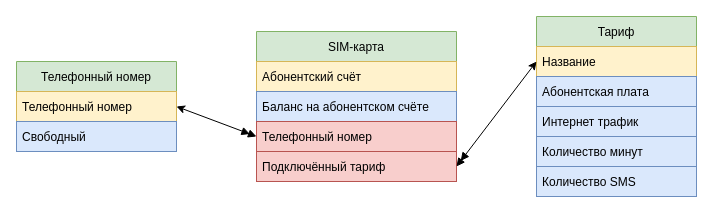
Above: coursework/graphics/drawio/sim-card-relations.drawio in markov-avl/DatabaseDevelopmentTechnology (draw.io), before the change. Source tidied: cells renumbered, new cells numbered last; positions are measured from the earlier drawing's top-left corner, leaving out a move shared by most shapes. Both pictures are drawn from the tidied source at 100%, with x=0, y=0 at pixel (16, 16).
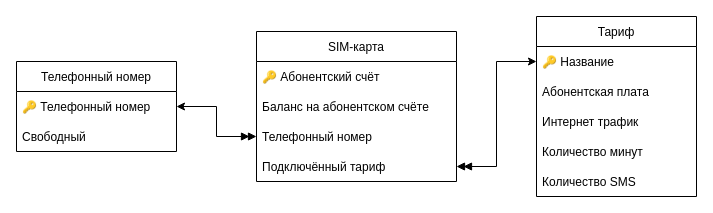
The same diagram, later.

Diff of the diagram source:
```diff
@@
 <mxGraphModel>
   <root>
     <mxCell id="0" />
     <mxCell id="1" parent="0" />
-    <mxCell id="2" value="Телефонный номер" style="swimlane;fontStyle=0;horizontal=1;startSize=30;fillColor=#d5e8d4;strokeColor=#82b366;" parent="1" vertex="1">
+    <mxCell id="2" value="Телефонный номер" style="swimlane;fontStyle=0;horizontal=1;startSize=30;" parent="1" vertex="1">
       <mxGeometry y="45" width="160" height="90" as="geometry" />
     </mxCell>
-    <mxCell id="3" value="Телефонный номер" style="text;strokeColor=#d6b656;fillColor=#fff2cc;align=left;verticalAlign=middle;spacingLeft=4;spacingRight=4;overflow=hidden;points=[[0,0.5],[1,0.5]];portConstraint=eastwest;" parent="2" vertex="1">
+    <mxCell id="3" value="🔑 Телефонный номер" style="text;align=left;verticalAlign=middle;spacingLeft=4;spacingRight=4;overflow=hidden;points=[[0,0.5],[1,0.5]];portConstraint=eastwest;" parent="2" vertex="1">
       <mxGeometry y="30" width="160" height="30" as="geometry" />
     </mxCell>
-    <mxCell id="4" value="Свободный" style="text;strokeColor=#6c8ebf;fillColor=#dae8fc;align=left;verticalAlign=middle;spacingLeft=4;spacingRight=4;overflow=hidden;" parent="2" vertex="1">
+    <mxCell id="4" value="Свободный" style="text;align=left;verticalAlign=middle;spacingLeft=4;spacingRight=4;overflow=hidden;" parent="2" vertex="1">
       <mxGeometry y="60" width="160" height="30" as="geometry" />
     </mxCell>
-    <mxCell id="5" value="SIM-карта" style="swimlane;fontStyle=0;horizontal=1;startSize=30;fillColor=#d5e8d4;strokeColor=#82b366;" parent="1" vertex="1">
+    <mxCell id="5" value="SIM-карта" style="swimlane;fontStyle=0;horizontal=1;startSize=30;" parent="1" vertex="1">
       <mxGeometry x="240" y="15" width="200" height="150" as="geometry" />
     </mxCell>
-    <mxCell id="6" value="Абонентский счёт" style="text;strokeColor=#d6b656;fillColor=#fff2cc;align=left;verticalAlign=middle;spacingLeft=4;spacingRight=4;overflow=hidden;" parent="5" vertex="1">
+    <mxCell id="6" value="🔑 Абонентский счёт" style="text;align=left;verticalAlign=middle;spacingLeft=4;spacingRight=4;overflow=hidden;" parent="5" vertex="1">
       <mxGeometry y="30" width="200" height="30" as="geometry" />
     </mxCell>
-    <mxCell id="7" value="Баланс на абонентском счёте" style="text;strokeColor=#6c8ebf;fillColor=#dae8fc;align=left;verticalAlign=middle;spacingLeft=4;spacingRight=4;overflow=hidden;" parent="5" vertex="1">
+    <mxCell id="7" value="Баланс на абонентском счёте" style="text;align=left;verticalAlign=middle;spacingLeft=4;spacingRight=4;overflow=hidden;" parent="5" vertex="1">
       <mxGeometry y="60" width="200" height="30" as="geometry" />
     </mxCell>
-    <mxCell id="8" value="Телефонный номер" style="text;strokeColor=#b85450;fillColor=#f8cecc;align=left;verticalAlign=middle;spacingLeft=4;spacingRight=4;overflow=hidden;points=[[0,0.5],[1,0.5]];portConstraint=eastwest;" parent="5" vertex="1">
+    <mxCell id="8" value="Телефонный номер" style="text;align=left;verticalAlign=middle;spacingLeft=4;spacingRight=4;overflow=hidden;points=[[0,0.5],[1,0.5]];portConstraint=eastwest;" parent="5" vertex="1">
       <mxGeometry y="90" width="200" height="30" as="geometry" />
     </mxCell>
-    <mxCell id="9" value="Подключённый тариф" style="text;strokeColor=#b85450;fillColor=#f8cecc;align=left;verticalAlign=middle;spacingLeft=4;spacingRight=4;overflow=hidden;points=[[0,0.5],[1,0.5]];portConstraint=eastwest;" parent="5" vertex="1">
+    <mxCell id="9" value="Подключённый тариф" style="text;align=left;verticalAlign=middle;spacingLeft=4;spacingRight=4;overflow=hidden;points=[[0,0.5],[1,0.5]];portConstraint=eastwest;" parent="5" vertex="1">
       <mxGeometry y="120" width="200" height="30" as="geometry" />
     </mxCell>
-    <mxCell id="10" value="Тариф" style="swimlane;fontStyle=0;horizontal=1;startSize=30;fillColor=#d5e8d4;strokeColor=#82b366;" parent="1" vertex="1">
+    <mxCell id="10" value="Тариф" style="swimlane;fontStyle=0;horizontal=1;startSize=30;" parent="1" vertex="1">
       <mxGeometry x="520" width="160" height="180" as="geometry" />
     </mxCell>
-    <mxCell id="11" value="Название" style="text;strokeColor=#d6b656;fillColor=#fff2cc;align=left;verticalAlign=middle;spacingLeft=4;spacingRight=4;overflow=hidden;points=[[0,0.5],[1,0.5]];portConstraint=eastwest;" parent="10" vertex="1">
+    <mxCell id="11" value="🔑 Название" style="text;align=left;verticalAlign=middle;spacingLeft=4;spacingRight=4;overflow=hidden;points=[[0,0.5],[1,0.5]];portConstraint=eastwest;" parent="10" vertex="1">
       <mxGeometry y="30" width="160" height="30" as="geometry" />
     </mxCell>
-    <mxCell id="12" value="Абонентская плата" style="text;strokeColor=#6c8ebf;fillColor=#dae8fc;align=left;verticalAlign=middle;spacingLeft=4;spacingRight=4;overflow=hidden;" parent="10" vertex="1">
+    <mxCell id="12" value="Абонентская плата" style="text;align=left;verticalAlign=middle;spacingLeft=4;spacingRight=4;overflow=hidden;" parent="10" vertex="1">
       <mxGeometry y="60" width="160" height="30" as="geometry" />
     </mxCell>
-    <mxCell id="13" value="Интернет трафик" style="text;strokeColor=#6c8ebf;fillColor=#dae8fc;align=left;verticalAlign=middle;spacingLeft=4;spacingRight=4;overflow=hidden;" parent="10" vertex="1">
+    <mxCell id="13" value="Интернет трафик" style="text;align=left;verticalAlign=middle;spacingLeft=4;spacingRight=4;overflow=hidden;" parent="10" vertex="1">
       <mxGeometry y="90" width="160" height="30" as="geometry" />
     </mxCell>
-    <mxCell id="14" value="Количество минут" style="text;strokeColor=#6c8ebf;fillColor=#dae8fc;align=left;verticalAlign=middle;spacingLeft=4;spacingRight=4;overflow=hidden;" parent="10" vertex="1">
+    <mxCell id="14" value="Количество минут" style="text;align=left;verticalAlign=middle;spacingLeft=4;spacingRight=4;overflow=hidden;" parent="10" vertex="1">
       <mxGeometry y="120" width="160" height="30" as="geometry" />
     </mxCell>
-    <mxCell id="15" value="Количество SMS" style="text;strokeColor=#6c8ebf;fillColor=#dae8fc;align=left;verticalAlign=middle;spacingLeft=4;spacingRight=4;overflow=hidden;" parent="10" vertex="1">
+    <mxCell id="15" value="Количество SMS" style="text;align=left;verticalAlign=middle;spacingLeft=4;spacingRight=4;overflow=hidden;" parent="10" vertex="1">
       <mxGeometry y="150" width="160" height="30" as="geometry" />
     </mxCell>
-    <mxCell id="16" style="endArrow=doubleBlock;startArrow=classic;html=1;rounded=0;entryX=0;entryY=0.5;entryDx=0;entryDy=0;exitX=1;exitY=0.5;exitDx=0;exitDy=0;endFill=1;" parent="1" edge="1" source="3" target="8">
+    <mxCell id="16" style="endArrow=doubleBlock;startArrow=classic;html=1;rounded=0;entryX=0;entryY=0.5;entryDx=0;entryDy=0;exitX=1;exitY=0.5;exitDx=0;exitDy=0;endFill=1;edgeStyle=orthogonalEdgeStyle;" parent="1" edge="1" source="3" target="8">
       <mxGeometry relative="1" as="geometry" />
     </mxCell>
-    <mxCell id="17" style="endArrow=doubleBlock;startArrow=classic;html=1;rounded=0;entryX=1;entryY=0.5;entryDx=0;entryDy=0;exitX=0;exitY=0.5;exitDx=0;exitDy=0;endFill=1;" parent="1" edge="1" source="11" target="9">
+    <mxCell id="17" style="endArrow=doubleBlock;startArrow=classic;html=1;rounded=0;entryX=1;entryY=0.5;entryDx=0;entryDy=0;exitX=0;exitY=0.5;exitDx=0;exitDy=0;endFill=1;edgeStyle=orthogonalEdgeStyle;" parent="1" edge="1" source="11" target="9">
       <mxGeometry relative="1" as="geometry" />
     </mxCell>
   </root>
 </mxGraphModel>
```
